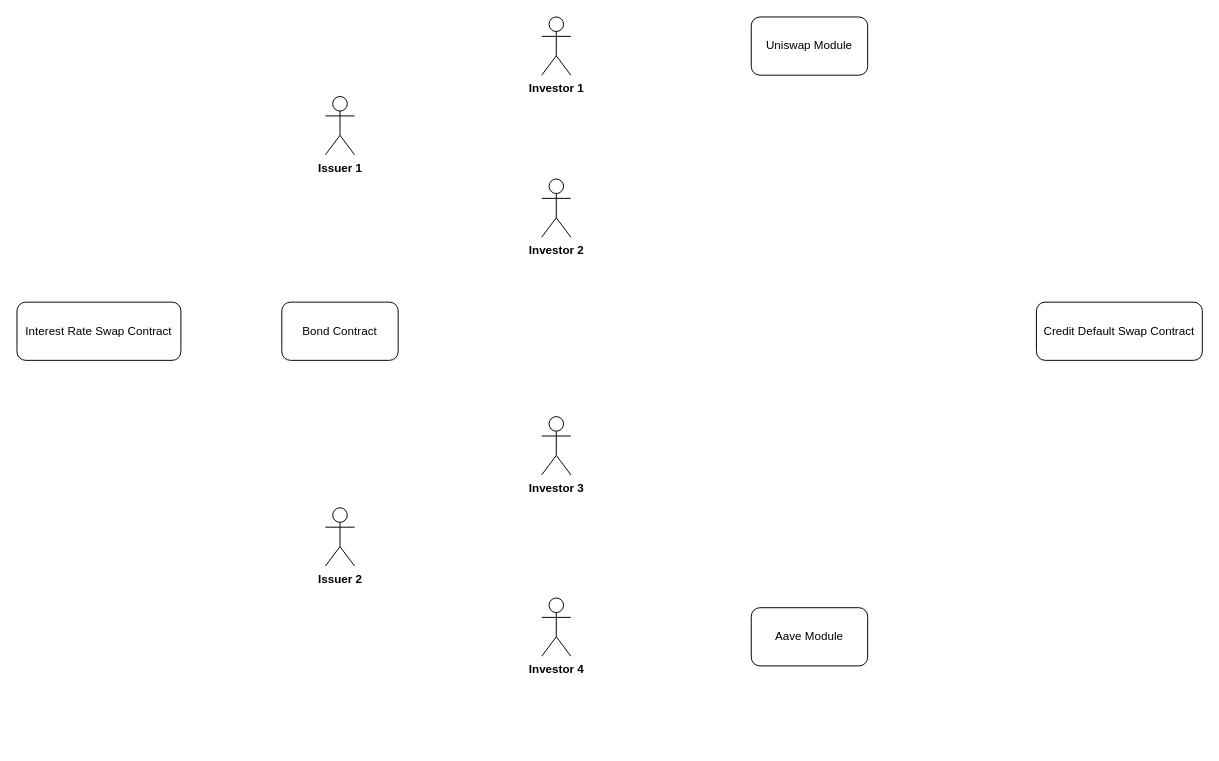
Before: DeRiskM.drawio in Edoumou/drawings, a draw.io diagram. Source tidied: cells renumbered, new cells numbered last; positions are measured from the earlier drawing's top-left corner, leaving out a move shared by most shapes. Both pictures are drawn from the tidied source at 97%, with x=0, y=0 at pixel (16, 16).
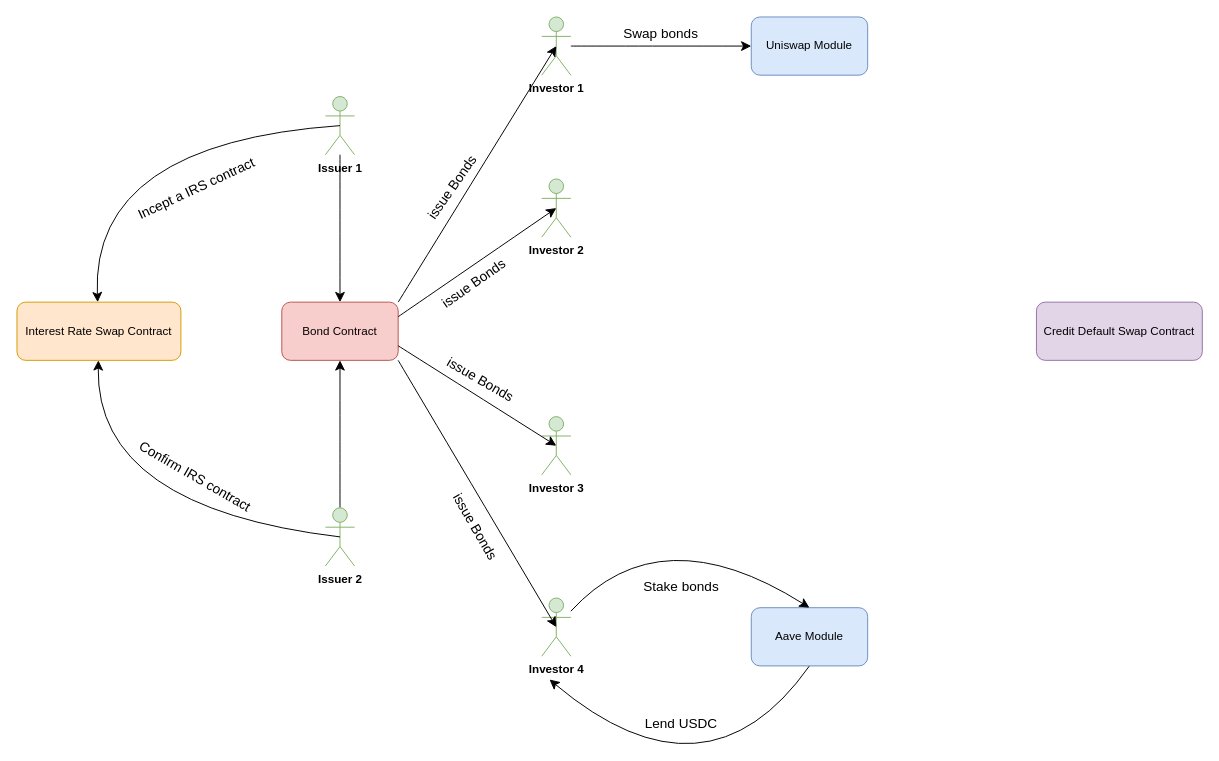
The same page after the edit.

What changed in the source:
```diff
@@
+    <mxCell id="13" style="edgeStyle=none;curved=1;rounded=0;jettySize=auto;html=1;entryX=0.5;entryY=0;entryDx=0;entryDy=0;fontSize=12;startSize=8;endSize=8;" parent="1" edge="1" source="2" target="4">
+      <mxGeometry relative="1" as="geometry" />
+    </mxCell>
-    <mxCell id="2" value="&lt;b&gt;Issuer 1&lt;/b&gt;" style="shape=umlActor;verticalLabelPosition=bottom;verticalAlign=top;html=1;outlineConnect=0;" parent="1" vertex="1">
+    <mxCell id="2" value="&lt;b&gt;Issuer 1&lt;/b&gt;" style="shape=umlActor;verticalLabelPosition=bottom;verticalAlign=top;html=1;outlineConnect=0;fillColor=#d5e8d4;strokeColor=#82b366;" parent="1" vertex="1">
       <mxGeometry x="318" y="82" width="30" height="60" as="geometry" />
     </mxCell>
+    <mxCell id="14" style="edgeStyle=none;curved=1;rounded=0;jettySize=auto;html=1;entryX=0.5;entryY=1;entryDx=0;entryDy=0;fontSize=12;startSize=8;endSize=8;" parent="1" edge="1" source="3" target="4">
+      <mxGeometry relative="1" as="geometry" />
+    </mxCell>
-    <mxCell id="3" value="&lt;b&gt;Issuer 2&lt;/b&gt;" style="shape=umlActor;verticalLabelPosition=bottom;verticalAlign=top;html=1;outlineConnect=0;" parent="1" vertex="1">
+    <mxCell id="3" value="&lt;b&gt;Issuer 2&lt;/b&gt;" style="shape=umlActor;verticalLabelPosition=bottom;verticalAlign=top;html=1;outlineConnect=0;fillColor=#d5e8d4;strokeColor=#82b366;" parent="1" vertex="1">
       <mxGeometry x="318" y="506" width="30" height="60" as="geometry" />
     </mxCell>
-    <mxCell id="4" value="Bond Contract" style="rounded=1;whiteSpace=wrap;html=1;" parent="1" vertex="1">
+    <mxCell id="4" value="Bond Contract" style="rounded=1;whiteSpace=wrap;html=1;fillColor=#f8cecc;strokeColor=#b85450;" parent="1" vertex="1">
       <mxGeometry x="273" y="294" width="120" height="60" as="geometry" />
     </mxCell>
-    <mxCell id="5" value="Interest Rate Swap Contract" style="rounded=1;whiteSpace=wrap;html=1;" parent="1" vertex="1">
+    <mxCell id="5" value="Interest Rate Swap Contract" style="rounded=1;whiteSpace=wrap;html=1;fillColor=#ffe6cc;strokeColor=#d79b00;" parent="1" vertex="1">
       <mxGeometry y="294" width="169" height="60" as="geometry" />
     </mxCell>
-    <mxCell id="6" value="Credit Default Swap Contract" style="rounded=1;whiteSpace=wrap;html=1;" parent="1" vertex="1">
+    <mxCell id="6" value="Credit Default Swap Contract" style="rounded=1;whiteSpace=wrap;html=1;fillColor=#e1d5e7;strokeColor=#9673a6;" parent="1" vertex="1">
       <mxGeometry x="1051" y="294" width="171" height="60" as="geometry" />
     </mxCell>
+    <mxCell id="15" style="edgeStyle=none;curved=1;rounded=0;jettySize=auto;html=1;fontSize=12;startSize=8;endSize=8;exitX=0.5;exitY=1;exitDx=0;exitDy=0;" parent="1" edge="1" source="7">
+      <mxGeometry relative="1" as="geometry">
+        <mxPoint x="549" y="683" as="targetPoint" />
+        <Array as="points">
+          <mxPoint x="711" y="819" />
+        </Array>
+      </mxGeometry>
+    </mxCell>
-    <mxCell id="7" value="Aave Module" style="rounded=1;whiteSpace=wrap;html=1;" parent="1" vertex="1">
+    <mxCell id="7" value="Aave Module" style="rounded=1;whiteSpace=wrap;html=1;fillColor=#dae8fc;strokeColor=#6c8ebf;" parent="1" vertex="1">
       <mxGeometry x="757" y="609" width="120" height="60" as="geometry" />
     </mxCell>
-    <mxCell id="8" value="Uniswap Module" style="rounded=1;whiteSpace=wrap;html=1;" parent="1" vertex="1">
+    <mxCell id="8" value="Uniswap Module" style="rounded=1;whiteSpace=wrap;html=1;fillColor=#dae8fc;strokeColor=#6c8ebf;" parent="1" vertex="1">
       <mxGeometry x="757" width="120" height="60" as="geometry" />
     </mxCell>
+    <mxCell id="16" style="edgeStyle=none;curved=1;rounded=0;jettySize=auto;html=1;entryX=0;entryY=0.5;entryDx=0;entryDy=0;fontSize=12;startSize=8;endSize=8;" parent="1" edge="1" source="9" target="8">
+      <mxGeometry relative="1" as="geometry" />
+    </mxCell>
-    <mxCell id="9" value="&lt;b&gt;Investor 1&lt;/b&gt;" style="shape=umlActor;verticalLabelPosition=bottom;verticalAlign=top;html=1;outlineConnect=0;" parent="1" vertex="1">
+    <mxCell id="9" value="&lt;b&gt;Investor 1&lt;/b&gt;" style="shape=umlActor;verticalLabelPosition=bottom;verticalAlign=top;html=1;outlineConnect=0;fillColor=#d5e8d4;strokeColor=#82b366;" parent="1" vertex="1">
       <mxGeometry x="541" width="30" height="60" as="geometry" />
     </mxCell>
-    <mxCell id="10" value="&lt;b&gt;Investor 2&lt;/b&gt;" style="shape=umlActor;verticalLabelPosition=bottom;verticalAlign=top;html=1;outlineConnect=0;" parent="1" vertex="1">
+    <mxCell id="10" value="&lt;b&gt;Investor 2&lt;/b&gt;" style="shape=umlActor;verticalLabelPosition=bottom;verticalAlign=top;html=1;outlineConnect=0;fillColor=#d5e8d4;strokeColor=#82b366;" parent="1" vertex="1">
       <mxGeometry x="541" y="167" width="30" height="60" as="geometry" />
     </mxCell>
-    <mxCell id="11" value="&lt;b&gt;Investor 3&lt;/b&gt;" style="shape=umlActor;verticalLabelPosition=bottom;verticalAlign=top;html=1;outlineConnect=0;" parent="1" vertex="1">
+    <mxCell id="11" value="&lt;b&gt;Investor 3&lt;/b&gt;" style="shape=umlActor;verticalLabelPosition=bottom;verticalAlign=top;html=1;outlineConnect=0;fillColor=#d5e8d4;strokeColor=#82b366;" parent="1" vertex="1">
       <mxGeometry x="541" y="412" width="30" height="60" as="geometry" />
     </mxCell>
+    <mxCell id="17" style="edgeStyle=none;curved=1;rounded=0;jettySize=auto;html=1;entryX=0.5;entryY=0;entryDx=0;entryDy=0;fontSize=12;startSize=8;endSize=8;" parent="1" edge="1" source="12" target="7">
+      <mxGeometry relative="1" as="geometry">
+        <Array as="points">
+          <mxPoint x="663" y="512" />
+        </Array>
+      </mxGeometry>
+    </mxCell>
-    <mxCell id="12" value="&lt;b&gt;Investor 4&lt;/b&gt;" style="shape=umlActor;verticalLabelPosition=bottom;verticalAlign=top;html=1;outlineConnect=0;" parent="1" vertex="1">
+    <mxCell id="12" value="&lt;b&gt;Investor 4&lt;/b&gt;" style="shape=umlActor;verticalLabelPosition=bottom;verticalAlign=top;html=1;outlineConnect=0;fillColor=#d5e8d4;strokeColor=#82b366;" parent="1" vertex="1">
       <mxGeometry x="541" y="599" width="30" height="60" as="geometry" />
     </mxCell>
+    <mxCell id="18" style="edgeStyle=none;curved=1;rounded=0;jettySize=auto;html=1;fontSize=12;startSize=8;endSize=8;exitX=0.5;exitY=0.5;exitDx=0;exitDy=0;exitPerimeter=0;" parent="1" edge="1" source="2" target="5">
+      <mxGeometry relative="1" as="geometry">
+        <Array as="points">
+          <mxPoint x="76" y="130" />
+        </Array>
+      </mxGeometry>
+    </mxCell>
+    <mxCell id="19" style="edgeStyle=none;curved=1;rounded=0;jettySize=auto;html=1;fontSize=12;startSize=8;endSize=8;exitX=0.5;exitY=0.5;exitDx=0;exitDy=0;exitPerimeter=0;" parent="1" edge="1" source="3" target="5">
+      <mxGeometry relative="1" as="geometry">
+        <Array as="points">
+          <mxPoint x="81" y="506" />
+        </Array>
+      </mxGeometry>
+    </mxCell>
+    <mxCell id="20" value="&lt;font style=&quot;font-size: 14px;&quot;&gt;Incept a IRS contract&lt;/font&gt;" style="text;html=1;align=center;verticalAlign=middle;whiteSpace=wrap;rounded=0;fontSize=16;rotation=-25;" parent="1" vertex="1">
+      <mxGeometry x="108.4" y="160.5" width="152.5" height="30" as="geometry" />
+    </mxCell>
+    <mxCell id="21" value="&lt;font style=&quot;font-size: 14px;&quot;&gt;Confirm IRS contract&lt;/font&gt;" style="text;html=1;align=center;verticalAlign=middle;whiteSpace=wrap;rounded=0;fontSize=16;rotation=30;" parent="1" vertex="1">
+      <mxGeometry x="106.1" y="458" width="157" height="30" as="geometry" />
+    </mxCell>
+    <mxCell id="22" style="edgeStyle=none;curved=1;rounded=0;jettySize=auto;html=1;exitX=1;exitY=0;exitDx=0;exitDy=0;entryX=0.5;entryY=0.5;entryDx=0;entryDy=0;entryPerimeter=0;fontSize=12;startSize=8;endSize=8;" parent="1" edge="1" source="4" target="9">
+      <mxGeometry relative="1" as="geometry" />
+    </mxCell>
+    <mxCell id="23" style="edgeStyle=none;curved=1;rounded=0;jettySize=auto;html=1;exitX=1;exitY=0.25;exitDx=0;exitDy=0;entryX=0.5;entryY=0.5;entryDx=0;entryDy=0;entryPerimeter=0;fontSize=12;startSize=8;endSize=8;" parent="1" edge="1" source="4" target="10">
+      <mxGeometry relative="1" as="geometry" />
+    </mxCell>
+    <mxCell id="24" style="edgeStyle=none;curved=1;rounded=0;jettySize=auto;html=1;exitX=1;exitY=1;exitDx=0;exitDy=0;entryX=0.5;entryY=0.5;entryDx=0;entryDy=0;entryPerimeter=0;fontSize=12;startSize=8;endSize=8;" parent="1" edge="1" source="4" target="12">
+      <mxGeometry relative="1" as="geometry" />
+    </mxCell>
+    <mxCell id="25" style="edgeStyle=none;curved=1;rounded=0;jettySize=auto;html=1;exitX=1;exitY=0.75;exitDx=0;exitDy=0;entryX=0.5;entryY=0.5;entryDx=0;entryDy=0;entryPerimeter=0;fontSize=12;startSize=8;endSize=8;" parent="1" edge="1" source="4" target="11">
+      <mxGeometry relative="1" as="geometry" />
+    </mxCell>
+    <mxCell id="26" value="&lt;font style=&quot;font-size: 14px;&quot;&gt;issue Bonds&lt;/font&gt;" style="text;html=1;align=center;verticalAlign=middle;whiteSpace=wrap;rounded=0;fontSize=16;rotation=-55;" parent="1" vertex="1">
+      <mxGeometry x="406" y="163.2" width="84.7" height="24.5" as="geometry" />
+    </mxCell>
+    <mxCell id="27" value="&lt;font style=&quot;font-size: 14px;&quot;&gt;issue Bonds&lt;/font&gt;" style="text;html=1;align=center;verticalAlign=middle;whiteSpace=wrap;rounded=0;fontSize=16;rotation=-35;" parent="1" vertex="1">
+      <mxGeometry x="428" y="261.6" width="84.7" height="24.5" as="geometry" />
+    </mxCell>
+    <mxCell id="28" value="&lt;font style=&quot;font-size: 14px;&quot;&gt;issue Bonds&lt;/font&gt;" style="text;html=1;align=center;verticalAlign=middle;whiteSpace=wrap;rounded=0;fontSize=16;rotation=30;" parent="1" vertex="1">
+      <mxGeometry x="436" y="361" width="84.7" height="24.5" as="geometry" />
+    </mxCell>
+    <mxCell id="29" value="&lt;font style=&quot;font-size: 14px;&quot;&gt;issue Bonds&lt;/font&gt;" style="text;html=1;align=center;verticalAlign=middle;whiteSpace=wrap;rounded=0;fontSize=16;rotation=60;" parent="1" vertex="1">
+      <mxGeometry x="431" y="513" width="84.7" height="24.5" as="geometry" />
+    </mxCell>
+    <mxCell id="30" value="&lt;font style=&quot;font-size: 14px;&quot;&gt;Swap bonds&lt;/font&gt;" style="text;html=1;align=center;verticalAlign=middle;whiteSpace=wrap;rounded=0;fontSize=16;" parent="1" vertex="1">
+      <mxGeometry x="621" y="4" width="86" height="23" as="geometry" />
+    </mxCell>
+    <mxCell id="31" value="&lt;font style=&quot;font-size: 14px;&quot;&gt;Stake bonds&lt;/font&gt;" style="text;html=1;align=center;verticalAlign=middle;whiteSpace=wrap;rounded=0;fontSize=16;" parent="1" vertex="1">
+      <mxGeometry x="642" y="574" width="86" height="23" as="geometry" />
+    </mxCell>
+    <mxCell id="32" value="&lt;span style=&quot;font-size: 14px;&quot;&gt;Lend USDC&lt;/span&gt;" style="text;html=1;align=center;verticalAlign=middle;whiteSpace=wrap;rounded=0;fontSize=16;" parent="1" vertex="1">
+      <mxGeometry x="642" y="716" width="86" height="23" as="geometry" />
+    </mxCell>
```
